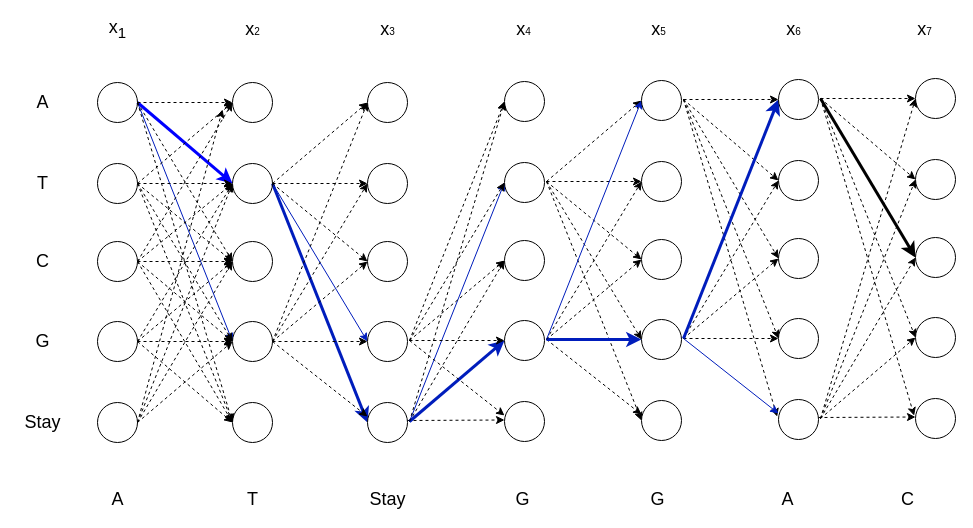
This is beam_search.drawio from liehu232/model_NetWork, a draw.io file, before an edit. Source tidied: cells renumbered, new cells numbered last; positions are measured from the earlier drawing's top-left corner, leaving out a move shared by most shapes. Both pictures are drawn from the tidied source at 100%, with x=0, y=0 at pixel (17, 19).
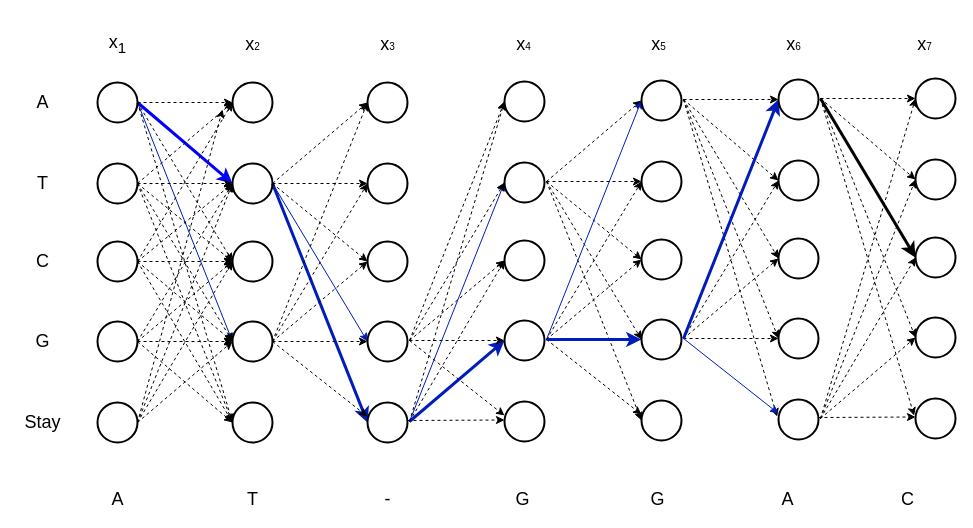
The same diagram, later.

What changed in the source:
```diff
@@
-    <mxCell id="7" style="ellipse;whiteSpace=wrap;html=1;strokeWidth=1;fillColor=none;fontColor=#666666;align=center;strokeColor=#000000;" parent="1" vertex="1">
+    <mxCell id="7" style="ellipse;whiteSpace=wrap;html=1;strokeWidth=2;fillColor=none;fontColor=#666666;align=center;strokeColor=#000000;" parent="1" vertex="1">
       <mxGeometry x="80" y="63" width="40" height="40" as="geometry" />
     </mxCell>
@@
-    <mxCell id="13" style="ellipse;whiteSpace=wrap;html=1;strokeWidth=1;fillColor=none;fontColor=#666666;align=center;strokeColor=#000000;" parent="1" vertex="1">
+    <mxCell id="13" style="ellipse;whiteSpace=wrap;html=1;strokeWidth=2;fillColor=none;fontColor=#666666;align=center;strokeColor=#000000;" parent="1" vertex="1">
       <mxGeometry x="80" y="144" width="40" height="40" as="geometry" />
     </mxCell>
@@
-    <mxCell id="19" style="ellipse;whiteSpace=wrap;html=1;strokeWidth=1;fillColor=none;fontColor=#666666;align=center;strokeColor=#000000;" parent="1" vertex="1">
+    <mxCell id="19" style="ellipse;whiteSpace=wrap;html=1;strokeWidth=2;fillColor=none;fontColor=#666666;align=center;strokeColor=#000000;" parent="1" vertex="1">
       <mxGeometry x="80" y="222" width="40" height="40" as="geometry" />
     </mxCell>
@@
-    <mxCell id="24" style="ellipse;whiteSpace=wrap;html=1;strokeWidth=1;fillColor=none;fontColor=#666666;align=center;strokeColor=#000000;" parent="1" vertex="1">
+    <mxCell id="24" style="ellipse;whiteSpace=wrap;html=1;strokeWidth=2;fillColor=none;fontColor=#666666;align=center;strokeColor=#000000;" parent="1" vertex="1">
       <mxGeometry x="80" y="383" width="40" height="40" as="geometry" />
     </mxCell>
@@
-    <mxCell id="29" style="ellipse;whiteSpace=wrap;html=1;strokeWidth=1;fillColor=none;fontColor=#666666;align=center;strokeColor=#000000;" parent="1" vertex="1">
+    <mxCell id="29" style="ellipse;whiteSpace=wrap;html=1;strokeWidth=2;fillColor=none;fontColor=#666666;align=center;strokeColor=#000000;" parent="1" vertex="1">
       <mxGeometry x="80" y="302" width="40" height="40" as="geometry" />
     </mxCell>
-    <mxCell id="30" style="ellipse;whiteSpace=wrap;html=1;strokeWidth=1;fillColor=none;fontColor=#666666;align=center;strokeColor=#000000;" parent="1" vertex="1">
+    <mxCell id="30" style="ellipse;whiteSpace=wrap;html=1;strokeWidth=2;fillColor=none;fontColor=#666666;align=center;strokeColor=#000000;" parent="1" vertex="1">
       <mxGeometry x="215" y="63" width="40" height="40" as="geometry" />
     </mxCell>
@@
-    <mxCell id="36" style="ellipse;whiteSpace=wrap;html=1;strokeWidth=1;fillColor=none;fontColor=#666666;align=center;strokeColor=#000000;" parent="1" vertex="1">
+    <mxCell id="36" style="ellipse;whiteSpace=wrap;html=1;strokeWidth=2;fillColor=none;fontColor=#666666;align=center;strokeColor=#000000;" parent="1" vertex="1">
       <mxGeometry x="215" y="144" width="40" height="40" as="geometry" />
     </mxCell>
-    <mxCell id="37" style="ellipse;whiteSpace=wrap;html=1;strokeWidth=1;fillColor=none;fontColor=#666666;align=center;strokeColor=#000000;" parent="1" vertex="1">
+    <mxCell id="37" style="ellipse;whiteSpace=wrap;html=1;strokeWidth=2;fillColor=none;fontColor=#666666;align=center;strokeColor=#000000;" parent="1" vertex="1">
       <mxGeometry x="215" y="222" width="40" height="40" as="geometry" />
     </mxCell>
-    <mxCell id="38" style="ellipse;whiteSpace=wrap;html=1;strokeWidth=1;fillColor=none;fontColor=#666666;align=center;strokeColor=#000000;" parent="1" vertex="1">
+    <mxCell id="38" style="ellipse;whiteSpace=wrap;html=1;strokeWidth=2;fillColor=none;fontColor=#666666;align=center;strokeColor=#000000;" parent="1" vertex="1">
       <mxGeometry x="215" y="383" width="40" height="40" as="geometry" />
     </mxCell>
@@
-    <mxCell id="44" style="ellipse;whiteSpace=wrap;html=1;strokeWidth=1;fillColor=none;fontColor=#666666;align=center;strokeColor=#000000;" parent="1" vertex="1">
+    <mxCell id="44" style="ellipse;whiteSpace=wrap;html=1;strokeWidth=2;fillColor=none;fontColor=#666666;align=center;strokeColor=#000000;" parent="1" vertex="1">
       <mxGeometry x="215" y="302" width="40" height="40" as="geometry" />
     </mxCell>
-    <mxCell id="45" style="ellipse;whiteSpace=wrap;html=1;strokeWidth=1;fillColor=none;fontColor=#666666;align=center;strokeColor=#000000;" parent="1" vertex="1">
+    <mxCell id="45" style="ellipse;whiteSpace=wrap;html=1;strokeWidth=2;fillColor=none;fontColor=#666666;align=center;strokeColor=#000000;" parent="1" vertex="1">
       <mxGeometry x="350" y="63" width="40" height="40" as="geometry" />
     </mxCell>
-    <mxCell id="46" style="ellipse;whiteSpace=wrap;html=1;strokeWidth=1;fillColor=none;fontColor=#666666;align=center;strokeColor=#000000;" parent="1" vertex="1">
+    <mxCell id="46" style="ellipse;whiteSpace=wrap;html=1;strokeWidth=2;fillColor=none;fontColor=#666666;align=center;strokeColor=#000000;" parent="1" vertex="1">
       <mxGeometry x="350" y="144" width="40" height="40" as="geometry" />
     </mxCell>
-    <mxCell id="47" style="ellipse;whiteSpace=wrap;html=1;strokeWidth=1;fillColor=none;fontColor=#666666;align=center;strokeColor=#000000;" parent="1" vertex="1">
+    <mxCell id="47" style="ellipse;whiteSpace=wrap;html=1;strokeWidth=2;fillColor=none;fontColor=#666666;align=center;strokeColor=#000000;" parent="1" vertex="1">
       <mxGeometry x="350" y="222" width="40" height="40" as="geometry" />
     </mxCell>
-    <mxCell id="48" style="ellipse;whiteSpace=wrap;html=1;strokeWidth=1;fillColor=none;fontColor=#666666;align=center;strokeColor=#000000;" parent="1" vertex="1">
+    <mxCell id="48" style="ellipse;whiteSpace=wrap;html=1;strokeWidth=2;fillColor=none;fontColor=#666666;align=center;strokeColor=#000000;" parent="1" vertex="1">
       <mxGeometry x="350" y="383" width="40" height="40" as="geometry" />
     </mxCell>
-    <mxCell id="49" style="ellipse;whiteSpace=wrap;html=1;strokeWidth=1;fillColor=none;fontColor=#666666;align=center;strokeColor=#000000;" parent="1" vertex="1">
+    <mxCell id="49" style="ellipse;whiteSpace=wrap;html=1;strokeWidth=2;fillColor=none;fontColor=#666666;align=center;strokeColor=#000000;" parent="1" vertex="1">
       <mxGeometry x="350" y="302" width="40" height="40" as="geometry" />
     </mxCell>
@@
     <mxCell id="55" value="&lt;font style=&quot;font-size: 18px&quot;&gt;x&lt;sub&gt;1&lt;/sub&gt;&lt;/font&gt;" style="text;html=1;align=center;verticalAlign=middle;fillColor=none;strokeColor=none;rounded=0;fontColor=#000000;" parent="1" vertex="1">
-      <mxGeometry x="85" width="30" height="20" as="geometry" />
+      <mxGeometry x="85" y="15" width="30" height="20" as="geometry" />
     </mxCell>
     <mxCell id="56" value="&lt;span style=&quot;font-size: 18px&quot;&gt;x&lt;/span&gt;&lt;span style=&quot;font-size: 10px&quot;&gt;2&lt;/span&gt;" style="text;html=1;align=center;verticalAlign=middle;fillColor=none;strokeColor=none;rounded=0;fontColor=#000000;" parent="1" vertex="1">
-      <mxGeometry x="220" width="30" height="20" as="geometry" />
+      <mxGeometry x="220" y="15" width="30" height="20" as="geometry" />
     </mxCell>
     <mxCell id="57" value="&lt;span style=&quot;font-size: 18px&quot;&gt;x&lt;/span&gt;&lt;span style=&quot;font-size: 10px&quot;&gt;3&lt;/span&gt;" style="text;html=1;align=center;verticalAlign=middle;fillColor=none;strokeColor=none;rounded=0;fontColor=#000000;" parent="1" vertex="1">
-      <mxGeometry x="355" width="30" height="20" as="geometry" />
+      <mxGeometry x="355" y="15" width="30" height="20" as="geometry" />
     </mxCell>
     <mxCell id="58" value="&lt;span style=&quot;font-size: 18px&quot;&gt;x&lt;/span&gt;&lt;span style=&quot;font-size: 10px&quot;&gt;4&lt;/span&gt;" style="text;html=1;align=center;verticalAlign=middle;fillColor=none;strokeColor=none;rounded=0;fontColor=#000000;" parent="1" vertex="1">
-      <mxGeometry x="491" width="30" height="20" as="geometry" />
+      <mxGeometry x="491" y="15" width="30" height="20" as="geometry" />
     </mxCell>
     <mxCell id="59" value="&lt;span style=&quot;font-size: 18px&quot;&gt;x&lt;/span&gt;&lt;span style=&quot;font-size: 10px&quot;&gt;5&lt;/span&gt;" style="text;html=1;align=center;verticalAlign=middle;fillColor=none;strokeColor=none;rounded=0;fontColor=#000000;" parent="1" vertex="1">
-      <mxGeometry x="626" width="30" height="20" as="geometry" />
+      <mxGeometry x="626" y="15" width="30" height="20" as="geometry" />
     </mxCell>
     <mxCell id="60" value="&lt;span style=&quot;font-size: 18px&quot;&gt;x&lt;/span&gt;&lt;span style=&quot;font-size: 10px&quot;&gt;6&lt;/span&gt;" style="text;html=1;align=center;verticalAlign=middle;fillColor=none;strokeColor=none;rounded=0;fontColor=#000000;" parent="1" vertex="1">
-      <mxGeometry x="761" width="30" height="20" as="geometry" />
+      <mxGeometry x="761" y="15" width="30" height="20" as="geometry" />
     </mxCell>
     <mxCell id="61" value="&lt;span style=&quot;font-size: 18px&quot;&gt;x&lt;/span&gt;&lt;span style=&quot;font-size: 10px&quot;&gt;7&lt;/span&gt;" style="text;html=1;align=center;verticalAlign=middle;fillColor=none;strokeColor=none;rounded=0;fontColor=#000000;" parent="1" vertex="1">
-      <mxGeometry x="892" width="30" height="20" as="geometry" />
+      <mxGeometry x="892" y="15" width="30" height="20" as="geometry" />
     </mxCell>
@@
-    <mxCell id="64" value="&lt;font style=&quot;font-size: 18px&quot;&gt;Stay&lt;/font&gt;" style="text;html=1;align=center;verticalAlign=middle;fillColor=none;strokeColor=none;rounded=0;fontColor=#000000;" parent="1" vertex="1">
-      <mxGeometry x="345" y="470" width="50" height="20" as="geometry" />
+    <mxCell id="64" value="&lt;font style=&quot;font-size: 18px&quot;&gt;-&lt;/font&gt;" style="text;html=1;align=center;verticalAlign=middle;fillColor=none;strokeColor=none;rounded=0;fontColor=#000000;" parent="1" vertex="1">
+      <mxGeometry x="360" y="470" width="20" height="20" as="geometry" />
     </mxCell>
@@
-    <mxCell id="79" style="ellipse;whiteSpace=wrap;html=1;strokeWidth=1;fillColor=none;fontColor=#666666;align=center;strokeColor=#000000;" parent="1" vertex="1">
+    <mxCell id="79" style="ellipse;whiteSpace=wrap;html=1;strokeWidth=2;fillColor=none;fontColor=#666666;align=center;strokeColor=#000000;" parent="1" vertex="1">
       <mxGeometry x="487" y="62" width="40" height="40" as="geometry" />
     </mxCell>
-    <mxCell id="80" style="ellipse;whiteSpace=wrap;html=1;strokeWidth=1;fillColor=none;fontColor=#666666;align=center;strokeColor=#000000;" parent="1" vertex="1">
+    <mxCell id="80" style="ellipse;whiteSpace=wrap;html=1;strokeWidth=2;fillColor=none;fontColor=#666666;align=center;strokeColor=#000000;" parent="1" vertex="1">
       <mxGeometry x="487" y="143" width="40" height="40" as="geometry" />
     </mxCell>
-    <mxCell id="81" style="ellipse;whiteSpace=wrap;html=1;strokeWidth=1;fillColor=none;fontColor=#666666;align=center;strokeColor=#000000;" parent="1" vertex="1">
+    <mxCell id="81" style="ellipse;whiteSpace=wrap;html=1;strokeWidth=2;fillColor=none;fontColor=#666666;align=center;strokeColor=#000000;" parent="1" vertex="1">
       <mxGeometry x="487" y="221" width="40" height="40" as="geometry" />
     </mxCell>
-    <mxCell id="82" style="ellipse;whiteSpace=wrap;html=1;strokeWidth=1;fillColor=none;fontColor=#666666;align=center;strokeColor=#000000;" parent="1" vertex="1">
+    <mxCell id="82" style="ellipse;whiteSpace=wrap;html=1;strokeWidth=2;fillColor=none;fontColor=#666666;align=center;strokeColor=#000000;" parent="1" vertex="1">
       <mxGeometry x="487" y="382" width="40" height="40" as="geometry" />
     </mxCell>
-    <mxCell id="83" style="ellipse;whiteSpace=wrap;html=1;strokeWidth=1;fillColor=none;fontColor=#666666;align=center;strokeColor=#000000;" parent="1" vertex="1">
+    <mxCell id="83" style="ellipse;whiteSpace=wrap;html=1;strokeWidth=2;fillColor=none;fontColor=#666666;align=center;strokeColor=#000000;" parent="1" vertex="1">
       <mxGeometry x="487" y="301" width="40" height="40" as="geometry" />
     </mxCell>
@@
-    <mxCell id="94" style="ellipse;whiteSpace=wrap;html=1;strokeWidth=1;fillColor=none;fontColor=#666666;align=center;strokeColor=#000000;" parent="1" vertex="1">
+    <mxCell id="94" style="ellipse;whiteSpace=wrap;html=1;strokeWidth=2;fillColor=none;fontColor=#666666;align=center;strokeColor=#000000;" parent="1" vertex="1">
       <mxGeometry x="624" y="61" width="40" height="40" as="geometry" />
     </mxCell>
-    <mxCell id="95" style="ellipse;whiteSpace=wrap;html=1;strokeWidth=1;fillColor=none;fontColor=#666666;align=center;strokeColor=#000000;" parent="1" vertex="1">
+    <mxCell id="95" style="ellipse;whiteSpace=wrap;html=1;strokeWidth=2;fillColor=none;fontColor=#666666;align=center;strokeColor=#000000;" parent="1" vertex="1">
       <mxGeometry x="624" y="142" width="40" height="40" as="geometry" />
     </mxCell>
-    <mxCell id="96" style="ellipse;whiteSpace=wrap;html=1;strokeWidth=1;fillColor=none;fontColor=#666666;align=center;strokeColor=#000000;" parent="1" vertex="1">
+    <mxCell id="96" style="ellipse;whiteSpace=wrap;html=1;strokeWidth=2;fillColor=none;fontColor=#666666;align=center;strokeColor=#000000;" parent="1" vertex="1">
       <mxGeometry x="624" y="220" width="40" height="40" as="geometry" />
     </mxCell>
-    <mxCell id="97" style="ellipse;whiteSpace=wrap;html=1;strokeWidth=1;fillColor=none;fontColor=#666666;align=center;strokeColor=#000000;" parent="1" vertex="1">
+    <mxCell id="97" style="ellipse;whiteSpace=wrap;html=1;strokeWidth=2;fillColor=none;fontColor=#666666;align=center;strokeColor=#000000;" parent="1" vertex="1">
       <mxGeometry x="624" y="381" width="40" height="40" as="geometry" />
     </mxCell>
-    <mxCell id="98" style="ellipse;whiteSpace=wrap;html=1;strokeWidth=1;fillColor=none;fontColor=#666666;align=center;strokeColor=#000000;" parent="1" vertex="1">
+    <mxCell id="98" style="ellipse;whiteSpace=wrap;html=1;strokeWidth=2;fillColor=none;fontColor=#666666;align=center;strokeColor=#000000;" parent="1" vertex="1">
       <mxGeometry x="624" y="300" width="40" height="40" as="geometry" />
     </mxCell>
@@
-    <mxCell id="109" style="ellipse;whiteSpace=wrap;html=1;strokeWidth=1;fillColor=none;fontColor=#666666;align=center;strokeColor=#000000;" parent="1" vertex="1">
+    <mxCell id="109" style="ellipse;whiteSpace=wrap;html=1;strokeWidth=2;fillColor=none;fontColor=#666666;align=center;strokeColor=#000000;" parent="1" vertex="1">
       <mxGeometry x="761" y="60" width="40" height="40" as="geometry" />
     </mxCell>
-    <mxCell id="110" style="ellipse;whiteSpace=wrap;html=1;strokeWidth=1;fillColor=none;fontColor=#666666;align=center;strokeColor=#000000;" parent="1" vertex="1">
+    <mxCell id="110" style="ellipse;whiteSpace=wrap;html=1;strokeWidth=2;fillColor=none;fontColor=#666666;align=center;strokeColor=#000000;" parent="1" vertex="1">
       <mxGeometry x="761" y="141" width="40" height="40" as="geometry" />
     </mxCell>
-    <mxCell id="111" style="ellipse;whiteSpace=wrap;html=1;strokeWidth=1;fillColor=none;fontColor=#666666;align=center;strokeColor=#000000;" parent="1" vertex="1">
+    <mxCell id="111" style="ellipse;whiteSpace=wrap;html=1;strokeWidth=2;fillColor=none;fontColor=#666666;align=center;strokeColor=#000000;" parent="1" vertex="1">
       <mxGeometry x="761" y="219" width="40" height="40" as="geometry" />
     </mxCell>
-    <mxCell id="112" style="ellipse;whiteSpace=wrap;html=1;strokeWidth=1;fillColor=none;fontColor=#666666;align=center;strokeColor=#000000;" parent="1" vertex="1">
+    <mxCell id="112" style="ellipse;whiteSpace=wrap;html=1;strokeWidth=2;fillColor=none;fontColor=#666666;align=center;strokeColor=#000000;" parent="1" vertex="1">
       <mxGeometry x="761" y="380" width="40" height="40" as="geometry" />
     </mxCell>
-    <mxCell id="113" style="ellipse;whiteSpace=wrap;html=1;strokeWidth=1;fillColor=none;fontColor=#666666;align=center;strokeColor=#000000;" parent="1" vertex="1">
+    <mxCell id="113" style="ellipse;whiteSpace=wrap;html=1;strokeWidth=2;fillColor=none;fontColor=#666666;align=center;strokeColor=#000000;" parent="1" vertex="1">
       <mxGeometry x="761" y="299" width="40" height="40" as="geometry" />
     </mxCell>
@@
-    <mxCell id="124" style="ellipse;whiteSpace=wrap;html=1;strokeWidth=1;fillColor=none;fontColor=#666666;align=center;strokeColor=#000000;" parent="1" vertex="1">
+    <mxCell id="124" style="ellipse;whiteSpace=wrap;html=1;strokeWidth=2;fillColor=none;fontColor=#666666;align=center;strokeColor=#000000;" parent="1" vertex="1">
       <mxGeometry x="898" y="59" width="40" height="40" as="geometry" />
     </mxCell>
-    <mxCell id="125" style="ellipse;whiteSpace=wrap;html=1;strokeWidth=1;fillColor=none;fontColor=#666666;align=center;strokeColor=#000000;" parent="1" vertex="1">
+    <mxCell id="125" style="ellipse;whiteSpace=wrap;html=1;strokeWidth=2;fillColor=none;fontColor=#666666;align=center;strokeColor=#000000;" parent="1" vertex="1">
       <mxGeometry x="898" y="140" width="40" height="40" as="geometry" />
     </mxCell>
-    <mxCell id="126" style="ellipse;whiteSpace=wrap;html=1;strokeWidth=1;fillColor=none;fontColor=#666666;align=center;strokeColor=#000000;" parent="1" vertex="1">
+    <mxCell id="126" style="ellipse;whiteSpace=wrap;html=1;strokeWidth=2;fillColor=none;fontColor=#666666;align=center;strokeColor=#000000;" parent="1" vertex="1">
       <mxGeometry x="898" y="218" width="40" height="40" as="geometry" />
     </mxCell>
-    <mxCell id="127" style="ellipse;whiteSpace=wrap;html=1;strokeWidth=1;fillColor=none;fontColor=#666666;align=center;strokeColor=#000000;" parent="1" vertex="1">
+    <mxCell id="127" style="ellipse;whiteSpace=wrap;html=1;strokeWidth=2;fillColor=none;fontColor=#666666;align=center;strokeColor=#000000;" parent="1" vertex="1">
       <mxGeometry x="898" y="379" width="40" height="40" as="geometry" />
     </mxCell>
-    <mxCell id="128" style="ellipse;whiteSpace=wrap;html=1;strokeWidth=1;fillColor=none;fontColor=#666666;align=center;strokeColor=#000000;" parent="1" vertex="1">
+    <mxCell id="128" style="ellipse;whiteSpace=wrap;html=1;strokeWidth=2;fillColor=none;fontColor=#666666;align=center;strokeColor=#000000;" parent="1" vertex="1">
       <mxGeometry x="898" y="298" width="40" height="40" as="geometry" />
     </mxCell>
```
